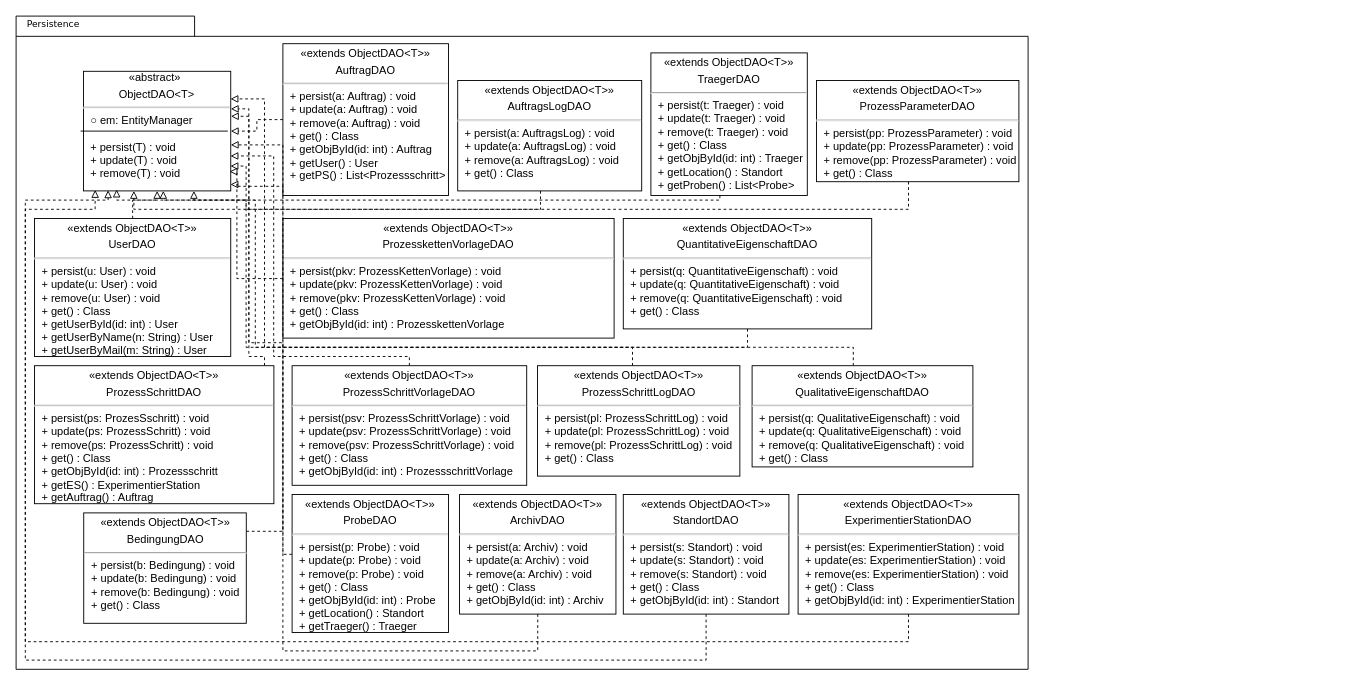
fkehlenb/softwareprojekt-2 keeps this draw.io diagram as doc/UML/Persistence.drawio. Above is the earlier version. Source tidied: cells renumbered, new cells numbered last; positions are measured from the earlier drawing's top-left corner, leaving out a move shared by most shapes. Both pictures are drawn from the tidied source at 92%, with x=0, y=0 at pixel (16, 16).
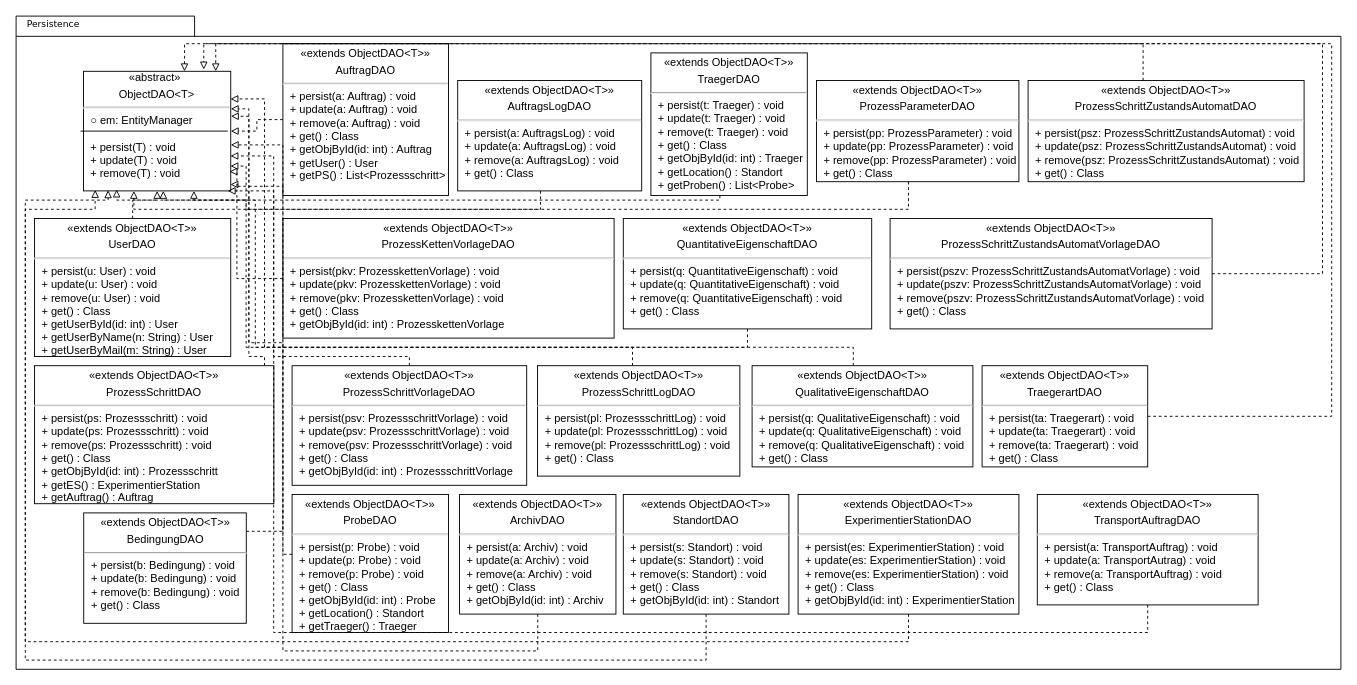
The same diagram, later.

The change refers to these unchanged cells:
```xml
<mxCell id="4" value="&lt;span style=&quot;text-align: center&quot;&gt;&amp;nbsp; &amp;nbsp; &amp;nbsp; &amp;nbsp; &amp;nbsp; &amp;nbsp; &amp;nbsp; &amp;nbsp;«abstract&lt;/span&gt;&lt;span style=&quot;text-align: center&quot;&gt;»&lt;/span&gt;&lt;p style=&quot;margin: 4px 0px 0px ; text-align: center&quot;&gt;&lt;span&gt;ObjectDAO&amp;lt;T&amp;gt;&lt;/span&gt;&lt;br&gt;&lt;/p&gt;&lt;hr&gt;&lt;p style=&quot;margin: 0px ; margin-left: 8px&quot;&gt;○ em: EntityManager&lt;/p&gt;&lt;p style=&quot;margin: 0px ; margin-left: 8px&quot;&gt;&lt;br&gt;&lt;/p&gt;&lt;p style=&quot;margin: 0px ; margin-left: 8px&quot;&gt;+ persist(T) : void&lt;/p&gt;&lt;p style=&quot;margin: 0px ; margin-left: 8px&quot;&gt;+ update(T) : void&lt;/p&gt;&lt;p style=&quot;margin: 0px ; margin-left: 8px&quot;&gt;+ remove(T) : void&lt;/p&gt;&lt;p style=&quot;margin: 0px ; margin-left: 8px&quot;&gt;&lt;br&gt;&lt;/p&gt;" style="verticalAlign=top;align=left;overflow=fill;fontSize=12;fontFamily=Helvetica;html=1;" parent="1" vertex="1">
  <mxGeometry x="73.3" y="60" width="160" height="130" as="geometry" />
</mxCell>
```

What changed in the source:
```diff
@@
     <mxCell id="2" style="shape=folder;fontStyle=1;spacingTop=10;tabWidth=194;tabHeight=22;tabPosition=left;html=1;rounded=0;shadow=0;comic=0;labelBackgroundColor=none;strokeWidth=1;fillColor=none;fontFamily=Verdana;fontSize=10;align=center;" parent="1" vertex="1">
-      <mxGeometry width="1100" height="710" as="geometry" />
+      <mxGeometry width="1440" height="710" as="geometry" />
     </mxCell>
@@
-    <mxCell id="10" value="&lt;p style=&quot;margin: 4px 0px 0px ; text-align: center&quot;&gt;«extends ObjectDAO&amp;lt;T&amp;gt;»&lt;/p&gt;&lt;p style=&quot;margin: 4px 0px 0px ; text-align: center&quot;&gt;ProzesskettenVorlageDAO&lt;/p&gt;&lt;hr&gt;&lt;p style=&quot;margin: 0px ; margin-left: 8px&quot;&gt;&lt;span&gt;+ persist(pkv: ProzessKettenVorlage) : void&lt;/span&gt;&lt;br&gt;&lt;/p&gt;&lt;p style=&quot;margin: 0px ; margin-left: 8px&quot;&gt;+ update(pkv: ProzessKettenVorlage) : void&lt;/p&gt;&lt;p style=&quot;margin: 0px ; margin-left: 8px&quot;&gt;+ remove(pkv: ProzessKettenVorlage) : void&lt;/p&gt;&lt;p style=&quot;margin: 0px ; margin-left: 8px&quot;&gt;+ get() : Class&lt;/p&gt;&lt;p style=&quot;margin: 0px ; margin-left: 8px&quot;&gt;+ getObjById(id: int) : ProzesskettenVorlage&lt;/p&gt;&lt;p style=&quot;margin: 0px ; margin-left: 8px&quot;&gt;&lt;br&gt;&lt;/p&gt;" style="verticalAlign=top;align=left;overflow=fill;fontSize=12;fontFamily=Helvetica;html=1;" parent="1" vertex="1">
+    <mxCell id="10" value="&lt;p style=&quot;margin: 4px 0px 0px ; text-align: center&quot;&gt;«extends ObjectDAO&amp;lt;T&amp;gt;»&lt;/p&gt;&lt;p style=&quot;margin: 4px 0px 0px ; text-align: center&quot;&gt;ProzessKettenVorlageDAO&lt;/p&gt;&lt;hr&gt;&lt;p style=&quot;margin: 0px ; margin-left: 8px&quot;&gt;&lt;span&gt;+ persist(pkv: ProzesskettenVorlage) : void&lt;/span&gt;&lt;br&gt;&lt;/p&gt;&lt;p style=&quot;margin: 0px ; margin-left: 8px&quot;&gt;+ update(pkv: ProzesskettenVorlage) : void&lt;/p&gt;&lt;p style=&quot;margin: 0px ; margin-left: 8px&quot;&gt;+ remove(pkv: ProzesskettenVorlage) : void&lt;/p&gt;&lt;p style=&quot;margin: 0px ; margin-left: 8px&quot;&gt;+ get() : Class&lt;/p&gt;&lt;p style=&quot;margin: 0px ; margin-left: 8px&quot;&gt;+ getObjById(id: int) : ProzesskettenVorlage&lt;/p&gt;&lt;p style=&quot;margin: 0px ; margin-left: 8px&quot;&gt;&lt;br&gt;&lt;/p&gt;" style="verticalAlign=top;align=left;overflow=fill;fontSize=12;fontFamily=Helvetica;html=1;" parent="1" vertex="1">
       <mxGeometry x="290" y="220" width="360" height="130" as="geometry" />
     </mxCell>
@@
-    <mxCell id="12" value="&lt;p style=&quot;margin: 4px 0px 0px ; text-align: center&quot;&gt;«extends ObjectDAO&amp;lt;T&amp;gt;»&lt;/p&gt;&lt;p style=&quot;margin: 4px 0px 0px ; text-align: center&quot;&gt;ProzessSchrittDAO&lt;/p&gt;&lt;hr&gt;&lt;p style=&quot;margin: 0px ; margin-left: 8px&quot;&gt;&lt;span&gt;+ persist(ps: ProzesSschritt) : void&lt;/span&gt;&lt;br&gt;&lt;/p&gt;&lt;p style=&quot;margin: 0px ; margin-left: 8px&quot;&gt;+ update(ps: ProzessSchritt) : void&lt;/p&gt;&lt;p style=&quot;margin: 0px ; margin-left: 8px&quot;&gt;+ remove(ps: ProzessSchritt) : void&lt;/p&gt;&lt;p style=&quot;margin: 0px ; margin-left: 8px&quot;&gt;+ get() : Class&lt;/p&gt;&lt;p style=&quot;margin: 0px ; margin-left: 8px&quot;&gt;+ getObjById(id: int) : Prozessschritt&lt;/p&gt;&lt;p style=&quot;margin: 0px ; margin-left: 8px&quot;&gt;+ getES() : ExperimentierStation&lt;/p&gt;&lt;p style=&quot;margin: 0px ; margin-left: 8px&quot;&gt;+ getAuftrag() : Auftrag&lt;/p&gt;&lt;p style=&quot;margin: 0px ; margin-left: 8px&quot;&gt;&lt;br&gt;&lt;/p&gt;" style="verticalAlign=top;align=left;overflow=fill;fontSize=12;fontFamily=Helvetica;html=1;" parent="1" vertex="1">
+    <mxCell id="12" value="&lt;p style=&quot;margin: 4px 0px 0px ; text-align: center&quot;&gt;«extends ObjectDAO&amp;lt;T&amp;gt;»&lt;/p&gt;&lt;p style=&quot;margin: 4px 0px 0px ; text-align: center&quot;&gt;ProzessSchrittDAO&lt;/p&gt;&lt;hr&gt;&lt;p style=&quot;margin: 0px ; margin-left: 8px&quot;&gt;&lt;span&gt;+ persist(ps: Prozessschritt) : void&lt;/span&gt;&lt;br&gt;&lt;/p&gt;&lt;p style=&quot;margin: 0px ; margin-left: 8px&quot;&gt;+ update(ps: Prozessschritt) : void&lt;/p&gt;&lt;p style=&quot;margin: 0px ; margin-left: 8px&quot;&gt;+ remove(ps: Prozessschritt) : void&lt;/p&gt;&lt;p style=&quot;margin: 0px ; margin-left: 8px&quot;&gt;+ get() : Class&lt;/p&gt;&lt;p style=&quot;margin: 0px ; margin-left: 8px&quot;&gt;+ getObjById(id: int) : Prozessschritt&lt;/p&gt;&lt;p style=&quot;margin: 0px ; margin-left: 8px&quot;&gt;+ getES() : ExperimentierStation&lt;/p&gt;&lt;p style=&quot;margin: 0px ; margin-left: 8px&quot;&gt;+ getAuftrag() : Auftrag&lt;/p&gt;&lt;p style=&quot;margin: 0px ; margin-left: 8px&quot;&gt;&lt;br&gt;&lt;/p&gt;" style="verticalAlign=top;align=left;overflow=fill;fontSize=12;fontFamily=Helvetica;html=1;" parent="1" vertex="1">
       <mxGeometry x="20" y="380" width="260.2" height="150" as="geometry" />
     </mxCell>
@@
-    <mxCell id="14" value="&lt;p style=&quot;margin: 4px 0px 0px ; text-align: center&quot;&gt;«extends ObjectDAO&amp;lt;T&amp;gt;»&lt;/p&gt;&lt;p style=&quot;margin: 4px 0px 0px ; text-align: center&quot;&gt;ProzessSchrittVorlageDAO&lt;/p&gt;&lt;hr&gt;&lt;p style=&quot;margin: 0px ; margin-left: 8px&quot;&gt;&lt;span&gt;+ persist(psv: ProzessSchrittVorlage) : void&lt;/span&gt;&lt;br&gt;&lt;/p&gt;&lt;p style=&quot;margin: 0px ; margin-left: 8px&quot;&gt;+ update(psv: ProzessSchrittVorlage) : void&lt;/p&gt;&lt;p style=&quot;margin: 0px ; margin-left: 8px&quot;&gt;+ remove(psv: ProzessSchrittVorlage) : void&lt;/p&gt;&lt;p style=&quot;margin: 0px ; margin-left: 8px&quot;&gt;+ get() : Class&lt;/p&gt;&lt;p style=&quot;margin: 0px ; margin-left: 8px&quot;&gt;+ getObjById(id: int) : ProzessschrittVorlage&lt;/p&gt;&lt;p style=&quot;margin: 0px ; margin-left: 8px&quot;&gt;&lt;br&gt;&lt;/p&gt;" style="verticalAlign=top;align=left;overflow=fill;fontSize=12;fontFamily=Helvetica;html=1;" parent="1" vertex="1">
+    <mxCell id="14" value="&lt;p style=&quot;margin: 4px 0px 0px ; text-align: center&quot;&gt;«extends ObjectDAO&amp;lt;T&amp;gt;»&lt;/p&gt;&lt;p style=&quot;margin: 4px 0px 0px ; text-align: center&quot;&gt;ProzessSchrittVorlageDAO&lt;/p&gt;&lt;hr&gt;&lt;p style=&quot;margin: 0px ; margin-left: 8px&quot;&gt;&lt;span&gt;+ persist(psv: ProzessschrittVorlage) : void&lt;/span&gt;&lt;br&gt;&lt;/p&gt;&lt;p style=&quot;margin: 0px ; margin-left: 8px&quot;&gt;+ update(psv: ProzessschrittVorlage) : void&lt;/p&gt;&lt;p style=&quot;margin: 0px ; margin-left: 8px&quot;&gt;+ remove(psv: ProzessschrittVorlage) : void&lt;/p&gt;&lt;p style=&quot;margin: 0px ; margin-left: 8px&quot;&gt;+ get() : Class&lt;/p&gt;&lt;p style=&quot;margin: 0px ; margin-left: 8px&quot;&gt;+ getObjById(id: int) : ProzessschrittVorlage&lt;/p&gt;&lt;p style=&quot;margin: 0px ; margin-left: 8px&quot;&gt;&lt;br&gt;&lt;/p&gt;" style="verticalAlign=top;align=left;overflow=fill;fontSize=12;fontFamily=Helvetica;html=1;" parent="1" vertex="1">
       <mxGeometry x="300" y="380" width="255" height="130" as="geometry" />
     </mxCell>
@@
-    <mxCell id="21" value="&lt;p style=&quot;margin: 4px 0px 0px ; text-align: center&quot;&gt;«extends ObjectDAO&amp;lt;T&amp;gt;»&lt;/p&gt;&lt;p style=&quot;margin: 4px 0px 0px ; text-align: center&quot;&gt;ProzessSchrittLogDAO&lt;/p&gt;&lt;hr&gt;&lt;p style=&quot;margin: 0px ; margin-left: 8px&quot;&gt;&lt;span&gt;+ persist(pl: ProzessSchrittLog) : void&lt;/span&gt;&lt;br&gt;&lt;/p&gt;&lt;p style=&quot;margin: 0px ; margin-left: 8px&quot;&gt;+ update(pl: ProzessSchrittLog) : void&lt;/p&gt;&lt;p style=&quot;margin: 0px ; margin-left: 8px&quot;&gt;+ remove(pl: ProzessSchrittLog) : void&lt;/p&gt;&lt;p style=&quot;margin: 0px ; margin-left: 8px&quot;&gt;+ get() : Class&lt;/p&gt;&lt;p style=&quot;margin: 0px ; margin-left: 8px&quot;&gt;&lt;br&gt;&lt;/p&gt;" style="verticalAlign=top;align=left;overflow=fill;fontSize=12;fontFamily=Helvetica;html=1;" parent="1" vertex="1">
+    <mxCell id="21" value="&lt;p style=&quot;margin: 4px 0px 0px ; text-align: center&quot;&gt;«extends ObjectDAO&amp;lt;T&amp;gt;»&lt;/p&gt;&lt;p style=&quot;margin: 4px 0px 0px ; text-align: center&quot;&gt;ProzessSchrittLogDAO&lt;/p&gt;&lt;hr&gt;&lt;p style=&quot;margin: 0px ; margin-left: 8px&quot;&gt;&lt;span&gt;+ persist(pl: ProzessschrittLog) : void&lt;/span&gt;&lt;br&gt;&lt;/p&gt;&lt;p style=&quot;margin: 0px ; margin-left: 8px&quot;&gt;+ update(pl: ProzessschrittLog) : void&lt;/p&gt;&lt;p style=&quot;margin: 0px ; margin-left: 8px&quot;&gt;+ remove(pl: ProzessschrittLog) : void&lt;/p&gt;&lt;p style=&quot;margin: 0px ; margin-left: 8px&quot;&gt;+ get() : Class&lt;/p&gt;&lt;p style=&quot;margin: 0px ; margin-left: 8px&quot;&gt;&lt;br&gt;&lt;/p&gt;" style="verticalAlign=top;align=left;overflow=fill;fontSize=12;fontFamily=Helvetica;html=1;" parent="1" vertex="1">
       <mxGeometry x="566.7" y="380" width="220" height="120" as="geometry" />
     </mxCell>
@@
+    <mxCell id="38" style="edgeStyle=orthogonalEdgeStyle;rounded=0;jettySize=auto;html=1;entryX=0.817;entryY=-0.015;entryDx=0;entryDy=0;entryPerimeter=0;dashed=1;endArrow=block;endFill=0;" parent="1" edge="1" source="39" target="4">
+      <mxGeometry relative="1" as="geometry">
+        <Array as="points">
+          <mxPoint x="1225" y="30" />
+          <mxPoint x="204" y="30" />
+        </Array>
+      </mxGeometry>
+    </mxCell>
+    <mxCell id="39" value="&lt;p style=&quot;margin: 4px 0px 0px ; text-align: center&quot;&gt;«extends ObjectDAO&amp;lt;T&amp;gt;»&lt;/p&gt;&lt;p style=&quot;margin: 4px 0px 0px ; text-align: center&quot;&gt;ProzessSchrittZustandsAutomatDAO&lt;/p&gt;&lt;hr&gt;&lt;p style=&quot;margin: 0px ; margin-left: 8px&quot;&gt;&lt;span&gt;+ persist(psz: ProzessSchrittZustandsAutomat) : void&lt;/span&gt;&lt;br&gt;&lt;/p&gt;&lt;p style=&quot;margin: 0px ; margin-left: 8px&quot;&gt;+ update(psz: ProzessSchrittZustandsAutomat) : void&lt;/p&gt;&lt;p style=&quot;margin: 0px ; margin-left: 8px&quot;&gt;+ remove(psz: ProzessSchrittZustandsAutomat) : void&lt;/p&gt;&lt;p style=&quot;margin: 0px ; margin-left: 8px&quot;&gt;+ get() : Class&lt;span&gt;&amp;nbsp;&lt;/span&gt;&lt;/p&gt;" style="verticalAlign=top;align=left;overflow=fill;fontSize=12;fontFamily=Helvetica;html=1;" parent="1" vertex="1">
+      <mxGeometry x="1100" y="70" width="300" height="110" as="geometry" />
+    </mxCell>
+    <mxCell id="40" style="edgeStyle=orthogonalEdgeStyle;rounded=0;jettySize=auto;html=1;entryX=0.686;entryY=0;entryDx=0;entryDy=0;entryPerimeter=0;dashed=1;endArrow=block;endFill=0;" parent="1" edge="1" source="41" target="4">
+      <mxGeometry relative="1" as="geometry">
+        <Array as="points">
+          <mxPoint x="1420" y="280" />
+          <mxPoint x="1420" y="30" />
+          <mxPoint x="183" y="30" />
+        </Array>
+      </mxGeometry>
+    </mxCell>
+    <mxCell id="41" value="&lt;p style=&quot;margin: 4px 0px 0px ; text-align: center&quot;&gt;«extends ObjectDAO&amp;lt;T&amp;gt;»&lt;/p&gt;&lt;p style=&quot;margin: 4px 0px 0px ; text-align: center&quot;&gt;ProzessSchrittZustandsAutomatVorlageDAO&lt;/p&gt;&lt;hr&gt;&lt;p style=&quot;margin: 0px ; margin-left: 8px&quot;&gt;&lt;span&gt;+ persist(pszv: ProzessSchrittZustandsAutomatVorlage) : void&lt;/span&gt;&lt;br&gt;&lt;/p&gt;&lt;p style=&quot;margin: 0px ; margin-left: 8px&quot;&gt;+ update(pszv: ProzessSchrittZustandsAutomatVorlage) : void&lt;/p&gt;&lt;p style=&quot;margin: 0px ; margin-left: 8px&quot;&gt;+ remove(pszv: ProzessSchrittZustandsAutomatVorlage) : void&lt;/p&gt;&lt;p style=&quot;margin: 0px ; margin-left: 8px&quot;&gt;+ get() : Class&lt;/p&gt;" style="verticalAlign=top;align=left;overflow=fill;fontSize=12;fontFamily=Helvetica;html=1;" parent="1" vertex="1">
+      <mxGeometry x="950" y="220" width="350" height="120" as="geometry" />
+    </mxCell>
+    <mxCell id="42" style="edgeStyle=orthogonalEdgeStyle;rounded=0;jettySize=auto;html=1;entryX=0.898;entryY=0;entryDx=0;entryDy=0;entryPerimeter=0;dashed=1;endArrow=block;endFill=0;" parent="1" edge="1" source="43" target="4">
+      <mxGeometry relative="1" as="geometry">
+        <Array as="points">
+          <mxPoint x="1430" y="435" />
+          <mxPoint x="1430" y="30" />
+          <mxPoint x="217" y="30" />
+        </Array>
+      </mxGeometry>
+    </mxCell>
+    <mxCell id="43" value="&lt;p style=&quot;margin: 4px 0px 0px ; text-align: center&quot;&gt;«extends ObjectDAO&amp;lt;T&amp;gt;»&lt;/p&gt;&lt;p style=&quot;margin: 4px 0px 0px ; text-align: center&quot;&gt;TraegerartDAO&lt;/p&gt;&lt;hr&gt;&lt;p style=&quot;margin: 0px ; margin-left: 8px&quot;&gt;&lt;span&gt;+ persist(ta: Traegerart) : void&lt;/span&gt;&lt;br&gt;&lt;/p&gt;&lt;p style=&quot;margin: 0px ; margin-left: 8px&quot;&gt;+ update(ta: Traegerart) : void&lt;/p&gt;&lt;p style=&quot;margin: 0px ; margin-left: 8px&quot;&gt;+ remove(ta: Traegerart) : void&lt;/p&gt;&lt;p style=&quot;margin: 0px ; margin-left: 8px&quot;&gt;+ get() : Class&lt;/p&gt;" style="verticalAlign=top;align=left;overflow=fill;fontSize=12;fontFamily=Helvetica;html=1;" parent="1" vertex="1">
+      <mxGeometry x="1050" y="380" width="180" height="110" as="geometry" />
+    </mxCell>
+    <mxCell id="44" style="edgeStyle=orthogonalEdgeStyle;rounded=0;jettySize=auto;html=1;dashed=1;endArrow=block;endFill=0;" parent="1" edge="1" source="45">
+      <mxGeometry relative="1" as="geometry">
+        <mxPoint x="230" y="190" as="targetPoint" />
+        <Array as="points">
+          <mxPoint x="1230" y="670" />
+          <mxPoint x="280" y="670" />
+          <mxPoint x="280" y="190" />
+        </Array>
+      </mxGeometry>
+    </mxCell>
+    <mxCell id="45" value="&lt;p style=&quot;margin: 4px 0px 0px ; text-align: center&quot;&gt;«extends ObjectDAO&amp;lt;T&amp;gt;»&lt;/p&gt;&lt;p style=&quot;margin: 4px 0px 0px ; text-align: center&quot;&gt;TransportAuftragDAO&lt;/p&gt;&lt;hr&gt;&lt;p style=&quot;margin: 0px ; margin-left: 8px&quot;&gt;&lt;span&gt;+ persist(a: TransportAuftrag) : void&lt;/span&gt;&lt;br&gt;&lt;/p&gt;&lt;p style=&quot;margin: 0px ; margin-left: 8px&quot;&gt;+ update(a: TransportAutrag) : void&lt;/p&gt;&lt;p style=&quot;margin: 0px ; margin-left: 8px&quot;&gt;+ remove(a: TransportAuftrag) : void&lt;/p&gt;&lt;p style=&quot;margin: 0px ; margin-left: 8px&quot;&gt;+ get() : Class&lt;/p&gt;&lt;p style=&quot;margin: 0px ; margin-left: 8px&quot;&gt;&lt;br&gt;&lt;/p&gt;" style="verticalAlign=top;align=left;overflow=fill;fontSize=12;fontFamily=Helvetica;html=1;" parent="1" vertex="1">
+      <mxGeometry x="1110" y="520" width="240" height="120" as="geometry" />
+    </mxCell>
```
